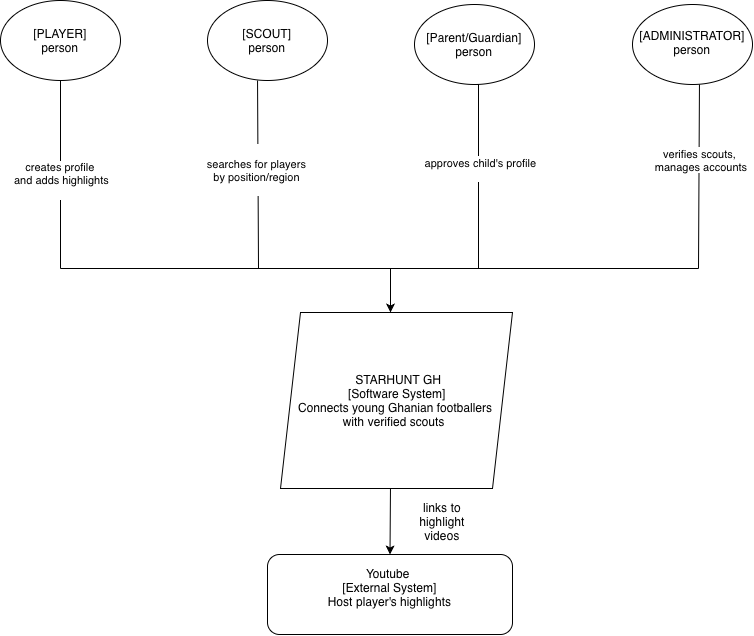
Earlier version of the draw.io export docs/images/c4-context.png (ekoranteng60/starhunt-gh). Source tidied: cells renumbered, new cells last; positions are measured from the earlier drawing's top-left corner, leaving out a move shared by most shapes. The source it was exported from:
```xml
<mxGraphModel>
  <root>
    <mxCell id="0" />
    <mxCell id="1" parent="0" />
    <mxCell id="2" style="edgeStyle=orthogonalEdgeStyle;rounded=0;orthogonalLoop=1;jettySize=auto;html=1;defaultLabelBackgroundColor=page;" parent="1" edge="1">
      <mxGeometry relative="1" as="geometry">
        <mxPoint x="270" y="40" as="sourcePoint" />
        <mxPoint x="280" y="35" as="targetPoint" />
      </mxGeometry>
    </mxCell>
    <mxCell id="3" value="[SCOUT]&lt;div&gt;person&lt;/div&gt;" style="ellipse;whiteSpace=wrap;html=1;shapeInside=1;" parent="1" vertex="1">
      <mxGeometry x="207" width="120" height="80" as="geometry" />
    </mxCell>
    <mxCell id="4" value="[PLAYER]&lt;div&gt;person&lt;/div&gt;" style="ellipse;whiteSpace=wrap;html=1;shapeInside=1;" parent="1" vertex="1">
      <mxGeometry width="120" height="80" as="geometry" />
    </mxCell>
    <mxCell id="5" value="[Parent/Guardian]&lt;div&gt;person&lt;/div&gt;" style="ellipse;whiteSpace=wrap;html=1;shapeInside=1;" parent="1" vertex="1">
      <mxGeometry x="414" y="4" width="120" height="80" as="geometry" />
    </mxCell>
    <mxCell id="6" value="[ADMINISTRATOR]&lt;div&gt;person&lt;/div&gt;" style="ellipse;whiteSpace=wrap;html=1;shapeInside=1;" parent="1" vertex="1">
      <mxGeometry x="632" y="4" width="120" height="80" as="geometry" />
    </mxCell>
    <mxCell id="7" style="endArrow=none;html=1;rounded=0;defaultLabelBackgroundColor=page;curved=0;flowAnimation=0;" parent="1" edge="1">
      <mxGeometry x="-0.09" relative="1" as="geometry">
        <mxPoint x="60" y="268" as="sourcePoint" />
        <mxPoint x="698" y="268" as="targetPoint" />
        <Array as="points">
          <mxPoint x="346" y="268" />
        </Array>
      </mxGeometry>
    </mxCell>
    <mxCell id="8" style="endArrow=none;html=1;rounded=0;defaultLabelBackgroundColor=page;entryX=0.5;entryY=1;entryDx=0;entryDy=0;" parent="1" edge="1" target="4">
      <mxGeometry relative="1" as="geometry">
        <mxPoint x="60" y="268" as="sourcePoint" />
      </mxGeometry>
    </mxCell>
    <mxCell id="9" value="creates profile&amp;nbsp;&lt;div&gt;and adds highlights&lt;/div&gt;&lt;div&gt;&lt;br&gt;&lt;/div&gt;" style="edgeLabel;html=1;align=center;verticalAlign=middle;inheritText=1;defaultLabelBackgroundColor=page;" parent="8" vertex="1">
      <mxGeometry x="-0.05" relative="1" as="geometry" />
    </mxCell>
    <mxCell id="10" style="endArrow=none;html=1;rounded=0;defaultLabelBackgroundColor=page;entryX=0.417;entryY=1;entryDx=0;entryDy=0;entryPerimeter=0;" parent="1" edge="1" target="3">
      <mxGeometry relative="1" as="geometry">
        <mxPoint x="258" y="268" as="sourcePoint" />
      </mxGeometry>
    </mxCell>
    <mxCell id="11" value="&lt;div&gt;&lt;br&gt;&lt;/div&gt;searches for players&lt;div&gt;by position/region&lt;/div&gt;&lt;div&gt;&lt;br&gt;&lt;/div&gt;" style="edgeLabel;html=1;align=center;verticalAlign=middle;inheritText=1;defaultLabelBackgroundColor=page;" parent="10" vertex="1">
      <mxGeometry x="0.05" y="2" relative="1" as="geometry" />
    </mxCell>
    <mxCell id="12" style="endArrow=none;html=1;rounded=0;defaultLabelBackgroundColor=page;entryX=0.5;entryY=1;entryDx=0;entryDy=0;" parent="1" edge="1" target="5">
      <mxGeometry relative="1" as="geometry">
        <mxPoint x="478" y="268" as="sourcePoint" />
        <Array as="points">
          <mxPoint x="478" y="84" />
        </Array>
      </mxGeometry>
    </mxCell>
    <mxCell id="13" value="approves child's profile&lt;div&gt;&lt;br&gt;&lt;/div&gt;" style="edgeLabel;html=1;align=center;verticalAlign=middle;inheritText=1;defaultLabelBackgroundColor=page;" parent="12" vertex="1">
      <mxGeometry x="0.06" y="-1" relative="1" as="geometry" />
    </mxCell>
    <mxCell id="14" style="endArrow=none;html=1;rounded=0;defaultLabelBackgroundColor=page;entryX=0.558;entryY=1;entryDx=0;entryDy=0;entryPerimeter=0;" parent="1" edge="1" target="6">
      <mxGeometry relative="1" as="geometry">
        <mxPoint x="698" y="268" as="sourcePoint" />
      </mxGeometry>
    </mxCell>
    <mxCell id="15" value="verifies scouts,&lt;div&gt;&amp;nbsp;manages accounts&lt;/div&gt;" style="edgeLabel;html=1;align=center;verticalAlign=middle;inheritText=1;defaultLabelBackgroundColor=page;" parent="14" vertex="1">
      <mxGeometry x="0.18" relative="1" as="geometry" />
    </mxCell>
    <mxCell id="16" style="endArrow=classic;html=1;rounded=0;defaultLabelBackgroundColor=page;" parent="1" edge="1">
      <mxGeometry relative="1" as="geometry">
        <mxPoint x="390" y="268" as="sourcePoint" />
        <mxPoint x="390" y="312" as="targetPoint" />
      </mxGeometry>
    </mxCell>
    <mxCell id="17" value="STARHUNT GH&lt;div&gt;[Software System]&lt;/div&gt;&lt;div&gt;Connects young Ghanian footballers with verified scouts&lt;/div&gt;" style="shape=parallelogram;perimeter=parallelogramPerimeter;whiteSpace=wrap;html=1;shapeInside=1;fixedSize=1;" parent="1" vertex="1">
      <mxGeometry x="280" y="312" width="232" height="176" as="geometry" />
    </mxCell>
    <mxCell id="18" style="endArrow=classic;html=1;rounded=0;defaultLabelBackgroundColor=page;exitX=0.474;exitY=1;exitDx=0;exitDy=0;exitPerimeter=0;entryX=0.5;entryY=0;entryDx=0;entryDy=0;" parent="1" edge="1" source="17" target="19">
      <mxGeometry relative="1" as="geometry" />
    </mxCell>
    <mxCell id="19" value="Youtube&amp;nbsp;&lt;div&gt;[External System]&lt;/div&gt;&lt;div&gt;Host player's highlights&lt;/div&gt;&lt;div&gt;&lt;br&gt;&lt;/div&gt;" style="rounded=1;whiteSpace=wrap;html=1;roundedPerimeter=1;" parent="1" vertex="1">
      <mxGeometry x="267" y="554" width="245" height="80" as="geometry" />
    </mxCell>
    <mxCell id="20" value="links to highlight videos" style="text;html=1;whiteSpace=wrap;strokeColor=none;fillColor=none;align=center;verticalAlign=middle;rounded=0;" parent="1" vertex="1">
      <mxGeometry x="412" y="506" width="60" height="30" as="geometry" />
    </mxCell>
  </root>
</mxGraphModel>
```
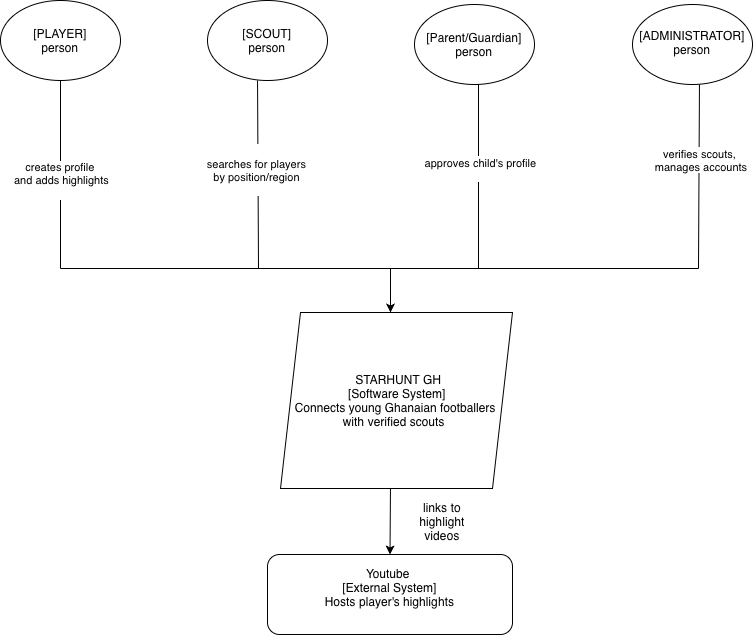
The same diagram one commit later.

Commit message:
Re-exported context diagram with white background

Diff of the diagram source:
```diff
@@ -1,4 +1,4 @@
-<mxGraphModel>
+<mxGraphModel background="light-dark(#FFFFFF,#FFFFFF)">
   <root>
     <mxCell id="0" />
     <mxCell id="1" parent="0" />
@@ -70,13 +70,13 @@
         <mxPoint x="390" y="312" as="targetPoint" />
       </mxGeometry>
     </mxCell>
-    <mxCell id="17" value="STARHUNT GH&lt;div&gt;[Software System]&lt;/div&gt;&lt;div&gt;Connects young Ghanian footballers with verified scouts&lt;/div&gt;" style="shape=parallelogram;perimeter=parallelogramPerimeter;whiteSpace=wrap;html=1;shapeInside=1;fixedSize=1;" parent="1" vertex="1">
+    <mxCell id="17" value="STARHUNT GH&lt;div&gt;[Software System]&lt;/div&gt;&lt;div&gt;Connects young Ghanaian footballers with verified scouts&lt;/div&gt;" style="shape=parallelogram;perimeter=parallelogramPerimeter;whiteSpace=wrap;html=1;shapeInside=1;fixedSize=1;" parent="1" vertex="1">
       <mxGeometry x="280" y="312" width="232" height="176" as="geometry" />
     </mxCell>
     <mxCell id="18" style="endArrow=classic;html=1;rounded=0;defaultLabelBackgroundColor=page;exitX=0.474;exitY=1;exitDx=0;exitDy=0;exitPerimeter=0;entryX=0.5;entryY=0;entryDx=0;entryDy=0;" parent="1" edge="1" source="17" target="19">
       <mxGeometry relative="1" as="geometry" />
     </mxCell>
-    <mxCell id="19" value="Youtube&amp;nbsp;&lt;div&gt;[External System]&lt;/div&gt;&lt;div&gt;Host player's highlights&lt;/div&gt;&lt;div&gt;&lt;br&gt;&lt;/div&gt;" style="rounded=1;whiteSpace=wrap;html=1;roundedPerimeter=1;" parent="1" vertex="1">
+    <mxCell id="19" value="Youtube&amp;nbsp;&lt;div&gt;[External System]&lt;/div&gt;&lt;div&gt;Hosts player's highlights&lt;/div&gt;&lt;div&gt;&lt;br&gt;&lt;/div&gt;" style="rounded=1;whiteSpace=wrap;html=1;roundedPerimeter=1;" parent="1" vertex="1">
       <mxGeometry x="267" y="554" width="245" height="80" as="geometry" />
     </mxCell>
     <mxCell id="20" value="links to highlight videos" style="text;html=1;whiteSpace=wrap;strokeColor=none;fillColor=none;align=center;verticalAlign=middle;rounded=0;" parent="1" vertex="1">
```
